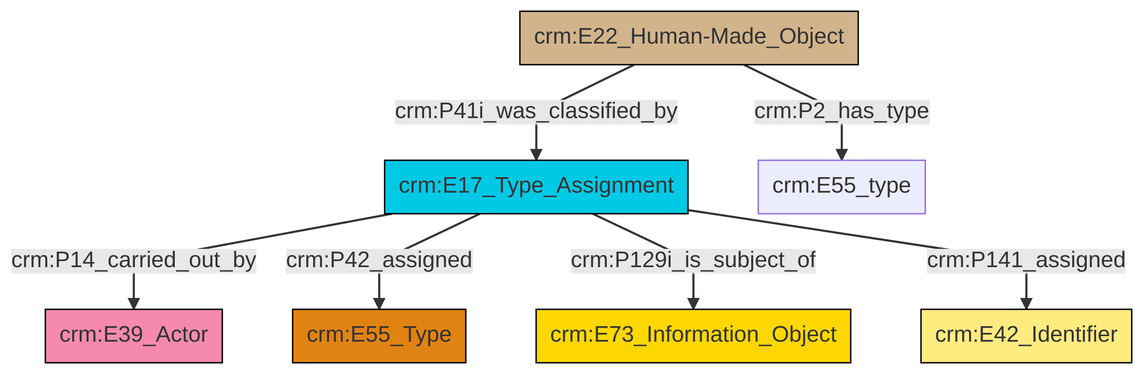
Above: et/builtWorkCSV/ttl/mmd/png/Built_Work_designation_status.png in swiss-art-research-net/reference-data-models (Mermaid), before the change. Its source is kept beside it as et/builtWorkCSV/ttl/mmd/Built_Work_designation_status.ttl.mmd.
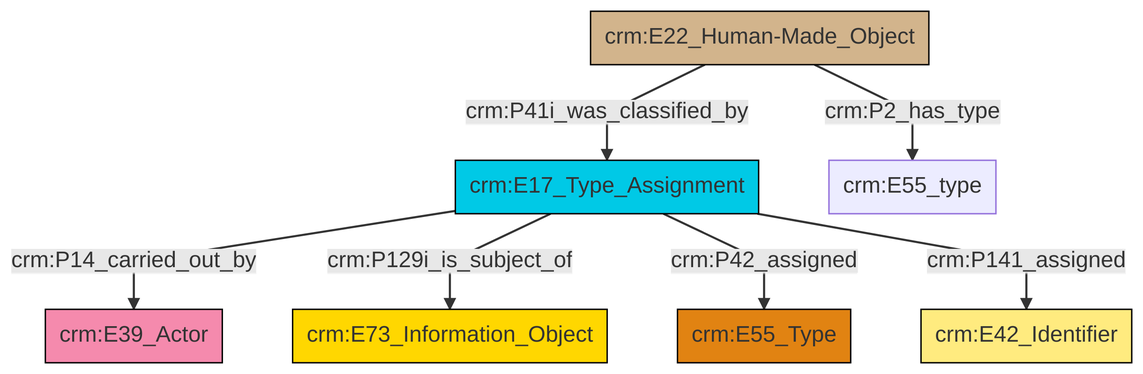
The same file after the commit.

What changed in the source:
```diff
@@ -13,9 +13,9 @@
 classDef PC_Classes fill:#4ce600, stroke:#000000;
 classDef Multi fill:#cccccc,stroke:#000000;
 
-0["crm:E17_Type_Assignment"]:::Temporal_Entity -->|crm:P14_carried_out_by| 1["crm:E39_Actor"]:::Actor
-0["crm:E17_Type_Assignment"]:::Temporal_Entity -->|crm:P42_assigned| 2["crm:E55_Type"]:::Type
-9["crm:E22_Human-Made_Object"]:::Physical_Thing -->|crm:P41i_was_classified_by| 0["crm:E17_Type_Assignment"]:::Temporal_Entity
-0["crm:E17_Type_Assignment"]:::Temporal_Entity -->|crm:P129i_is_subject_of| 6["crm:E73_Information_Object"]:::Conceptual_Object
-0["crm:E17_Type_Assignment"]:::Temporal_Entity -->|crm:P141_assigned| 12["crm:E42_Identifier"]:::Appellation
-9["crm:E22_Human-Made_Object"]:::Physical_Thing -->|crm:P2_has_type| 4["crm:E55_type"]:::Default
+2["crm:E17_Type_Assignment"]:::Temporal_Entity -->|crm:P14_carried_out_by| 0["crm:E39_Actor"]:::Actor
+2["crm:E17_Type_Assignment"]:::Temporal_Entity -->|crm:P129i_is_subject_of| 4["crm:E73_Information_Object"]:::Conceptual_Object
+10["crm:E22_Human-Made_Object"]:::Physical_Thing -->|crm:P2_has_type| 12["crm:E55_type"]:::Default
+2["crm:E17_Type_Assignment"]:::Temporal_Entity -->|crm:P42_assigned| 7["crm:E55_Type"]:::Type
+10["crm:E22_Human-Made_Object"]:::Physical_Thing -->|crm:P41i_was_classified_by| 2["crm:E17_Type_Assignment"]:::Temporal_Entity
+2["crm:E17_Type_Assignment"]:::Temporal_Entity -->|crm:P141_assigned| 5["crm:E42_Identifier"]:::Appellation
```
